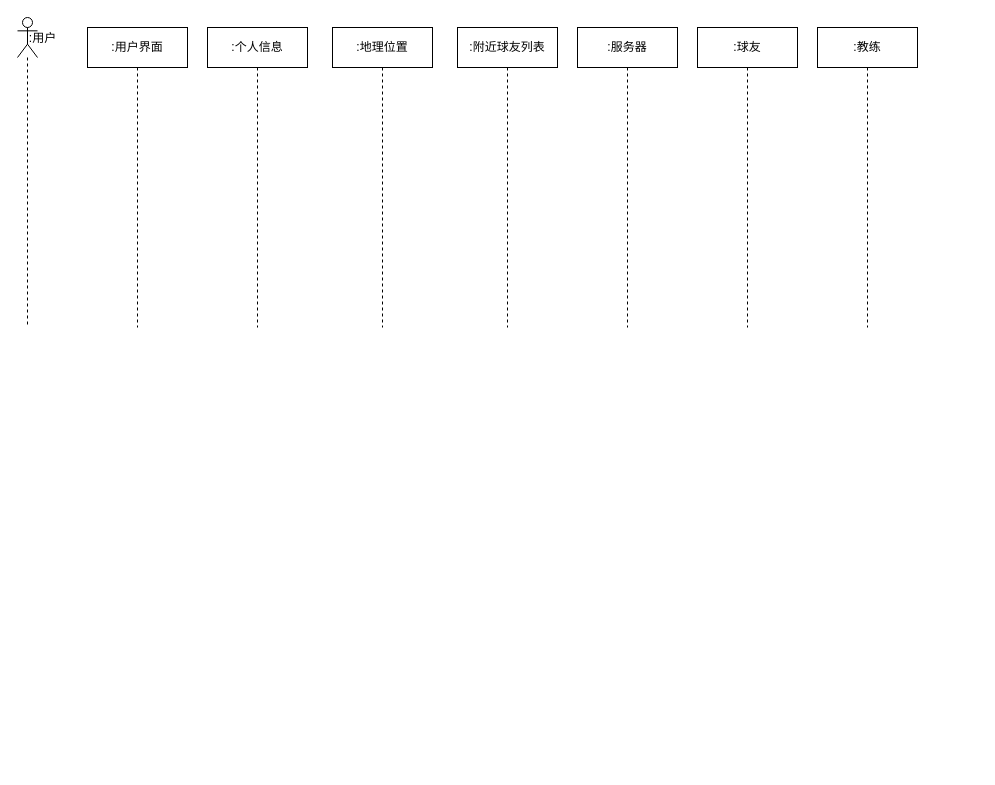
Above: 时序图.drawio in 2919282119/charts (draw.io), before the change. Source tidied: cells renumbered, new cells numbered last; positions are measured from the earlier drawing's top-left corner, leaving out a move shared by most shapes. Both pictures are drawn from the tidied source at 100%, with x=0, y=0 at pixel (17, 17).
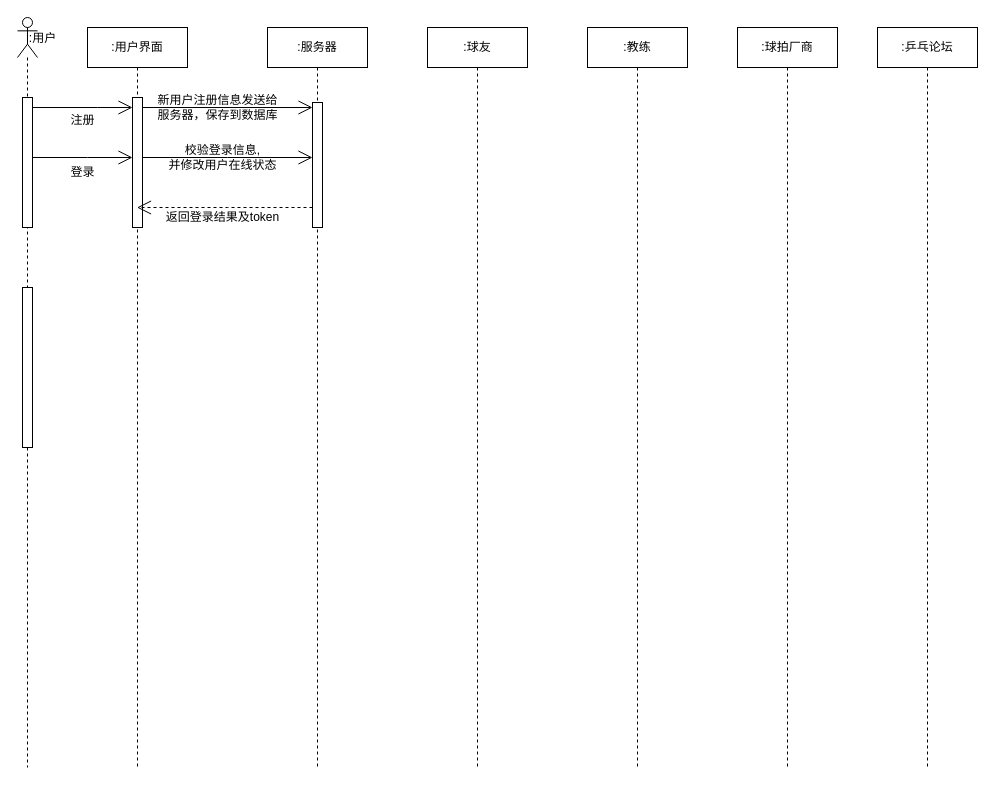
The same diagram, later.

Commit message (it also covers changes not shown here):
更新时序图.drawio

The edit, as a diff of the source:
```diff
@@
     <mxCell id="2" value=":用户界面" style="shape=umlLifeline;perimeter=lifelinePerimeter;whiteSpace=wrap;html=1;outlineConnect=0;portConstraint=eastwest;newEdgeStyle={&quot;curved&quot;:0,&quot;rounded&quot;:0};" parent="1" vertex="1">
-      <mxGeometry x="70" y="10" width="100" height="300" as="geometry" />
+      <mxGeometry x="70" y="10" width="100" height="740" as="geometry" />
     </mxCell>
+    <mxCell id="12" style="html=1;points=[[0,0,0,0,5],[0,1,0,0,-5],[1,0,0,0,5],[1,1,0,0,-5]];perimeter=orthogonalPerimeter;outlineConnect=0;targetShapes=umlLifeline;portConstraint=eastwest;newEdgeStyle={&quot;curved&quot;:0,&quot;rounded&quot;:0};" parent="2" vertex="1">
+      <mxGeometry x="45" y="70" width="10" height="130" as="geometry" />
+    </mxCell>
     <mxCell id="3" value=":服务器" style="shape=umlLifeline;perimeter=lifelinePerimeter;whiteSpace=wrap;html=1;newEdgeStyle={&quot;curved&quot;:0,&quot;rounded&quot;:0};" parent="1" vertex="1">
-      <mxGeometry x="560" y="10" width="100" height="300" as="geometry" />
+      <mxGeometry x="250" y="10" width="100" height="740" as="geometry" />
     </mxCell>
+    <mxCell id="13" style="html=1;points=[[0,0,0,0,5],[0,1,0,0,-5],[1,0,0,0,5],[1,1,0,0,-5]];perimeter=orthogonalPerimeter;outlineConnect=0;targetShapes=umlLifeline;portConstraint=eastwest;newEdgeStyle={&quot;curved&quot;:0,&quot;rounded&quot;:0};" parent="3" vertex="1">
+      <mxGeometry x="45" y="75" width="10" height="125" as="geometry" />
+    </mxCell>
     <mxCell id="4" style="group;" parent="1" vertex="1">
-      <mxGeometry width="50" height="310" as="geometry" />
+      <mxGeometry width="50" height="750" as="geometry" />
     </mxCell>
     <mxCell id="5" style="shape=umlLifeline;perimeter=lifelinePerimeter;whiteSpace=wrap;html=1;newEdgeStyle={&quot;curved&quot;:0,&quot;rounded&quot;:0};participant=umlActor;" parent="4" vertex="1">
-      <mxGeometry width="20" height="310" as="geometry" />
+      <mxGeometry width="20" height="750" as="geometry" />
     </mxCell>
+    <mxCell id="14" style="html=1;perimeter=orthogonalPerimeter;targetShapes=umlLifeline;newEdgeStyle={&quot;curved&quot;:0,&quot;rounded&quot;:0};" parent="5" vertex="1">
+      <mxGeometry x="5" y="270" width="10" height="160" as="geometry" />
+    </mxCell>
@@
-    <mxCell id="7" value=":地理位置" style="shape=umlLifeline;perimeter=lifelinePerimeter;whiteSpace=wrap;html=1;newEdgeStyle={&quot;curved&quot;:0,&quot;rounded&quot;:0};" parent="1" vertex="1">
-      <mxGeometry x="315" y="10" width="100" height="300" as="geometry" />
-    </mxCell>
-    <mxCell id="8" value=":个人信息" style="shape=umlLifeline;perimeter=lifelinePerimeter;whiteSpace=wrap;html=1;newEdgeStyle={&quot;curved&quot;:0,&quot;rounded&quot;:0};" parent="1" vertex="1">
-      <mxGeometry x="190" y="10" width="100" height="300" as="geometry" />
-    </mxCell>
-    <mxCell id="9" value=":附近球友列表" style="shape=umlLifeline;perimeter=lifelinePerimeter;whiteSpace=wrap;html=1;newEdgeStyle={&quot;curved&quot;:0,&quot;rounded&quot;:0};" parent="1" vertex="1">
-      <mxGeometry x="440" y="10" width="100" height="300" as="geometry" />
-    </mxCell>
+    <mxCell id="15" style="html=1;points=[[0,0,0,0,5],[0,1,0,0,-5],[1,0,0,0,5],[1,1,0,0,-5]];perimeter=orthogonalPerimeter;outlineConnect=0;targetShapes=umlLifeline;portConstraint=eastwest;newEdgeStyle={&quot;curved&quot;:0,&quot;rounded&quot;:0};" parent="4" vertex="1">
+      <mxGeometry x="5" y="80" width="10" height="130" as="geometry" />
+    </mxCell>
     <mxCell id="10" value=":球友" style="shape=umlLifeline;perimeter=lifelinePerimeter;whiteSpace=wrap;html=1;newEdgeStyle={&quot;curved&quot;:0,&quot;rounded&quot;:0};" parent="1" vertex="1">
-      <mxGeometry x="680" y="10" width="100" height="300" as="geometry" />
+      <mxGeometry x="410" y="10" width="100" height="740" as="geometry" />
     </mxCell>
     <mxCell id="11" value=":教练" style="shape=umlLifeline;perimeter=lifelinePerimeter;whiteSpace=wrap;html=1;newEdgeStyle={&quot;curved&quot;:0,&quot;rounded&quot;:0};" parent="1" vertex="1">
-      <mxGeometry x="800" y="10" width="100" height="300" as="geometry" />
+      <mxGeometry x="570" y="10" width="100" height="740" as="geometry" />
     </mxCell>
+    <mxCell id="16" value=":球拍厂商" style="shape=umlLifeline;perimeter=lifelinePerimeter;whiteSpace=wrap;html=1;newEdgeStyle={&quot;curved&quot;:0,&quot;rounded&quot;:0};" parent="1" vertex="1">
+      <mxGeometry x="720" y="10" width="100" height="740" as="geometry" />
+    </mxCell>
+    <mxCell id="17" value=":乒乓论坛" style="shape=umlLifeline;perimeter=lifelinePerimeter;whiteSpace=wrap;html=1;newEdgeStyle={&quot;curved&quot;:0,&quot;rounded&quot;:0};" parent="1" vertex="1">
+      <mxGeometry x="860" y="10" width="100" height="740" as="geometry" />
+    </mxCell>
+    <mxCell id="18" style="endArrow=open;endFill=1;endSize=12;html=1;rounded=0;" parent="1" edge="1" source="15" target="12">
+      <mxGeometry relative="1" as="geometry">
+        <Array as="points">
+          <mxPoint x="70" y="140" />
+        </Array>
+      </mxGeometry>
+    </mxCell>
+    <mxCell id="19" value="登录" style="text;html=1;align=center;verticalAlign=middle;strokeColor=none;fillColor=none;" parent="1" vertex="1">
+      <mxGeometry x="40" y="140" width="50" height="30" as="geometry" />
+    </mxCell>
+    <mxCell id="20" style="endArrow=open;endFill=1;endSize=12;html=1;rounded=0;" parent="1" edge="1" source="15" target="12">
+      <mxGeometry relative="1" as="geometry">
+        <Array as="points">
+          <mxPoint x="80" y="90" />
+        </Array>
+      </mxGeometry>
+    </mxCell>
+    <mxCell id="21" value="注册" style="text;html=1;align=center;verticalAlign=middle;strokeColor=none;fillColor=none;" parent="1" vertex="1">
+      <mxGeometry x="40" y="88" width="50" height="30" as="geometry" />
+    </mxCell>
+    <mxCell id="22" style="endArrow=open;endFill=1;endSize=12;html=1;rounded=0;entryX=0;entryY=0;entryDx=0;entryDy=5;entryPerimeter=0;" parent="1" edge="1" source="12" target="13">
+      <mxGeometry relative="1" as="geometry" />
+    </mxCell>
+    <mxCell id="23" value="新用户注册信息发送给&lt;div&gt;服务器，保存到数据库&lt;/div&gt;" style="text;html=1;align=center;verticalAlign=middle;strokeColor=none;fillColor=none;" parent="1" vertex="1">
+      <mxGeometry x="130" y="70" width="140" height="40" as="geometry" />
+    </mxCell>
+    <mxCell id="24" style="endArrow=open;endFill=1;endSize=12;html=1;rounded=0;" parent="1" edge="1" source="12" target="13">
+      <mxGeometry relative="1" as="geometry">
+        <Array as="points">
+          <mxPoint x="210" y="140" />
+        </Array>
+      </mxGeometry>
+    </mxCell>
+    <mxCell id="25" value="校验登录信息,&lt;div&gt;并修改用户在线状态&lt;/div&gt;" style="text;html=1;align=center;verticalAlign=middle;strokeColor=none;fillColor=none;" parent="1" vertex="1">
+      <mxGeometry x="140" y="120" width="130" height="40" as="geometry" />
+    </mxCell>
+    <mxCell id="26" style="endArrow=open;endSize=12;dashed=1;html=1;rounded=0;" parent="1" edge="1" source="13" target="2">
+      <mxGeometry relative="1" as="geometry">
+        <Array as="points">
+          <mxPoint x="210" y="190" />
+        </Array>
+      </mxGeometry>
+    </mxCell>
+    <mxCell id="27" value="返回登录结果及token" style="text;html=1;align=center;verticalAlign=middle;strokeColor=none;fillColor=none;" parent="1" vertex="1">
+      <mxGeometry x="135" y="185" width="140" height="30" as="geometry" />
+    </mxCell>
```
